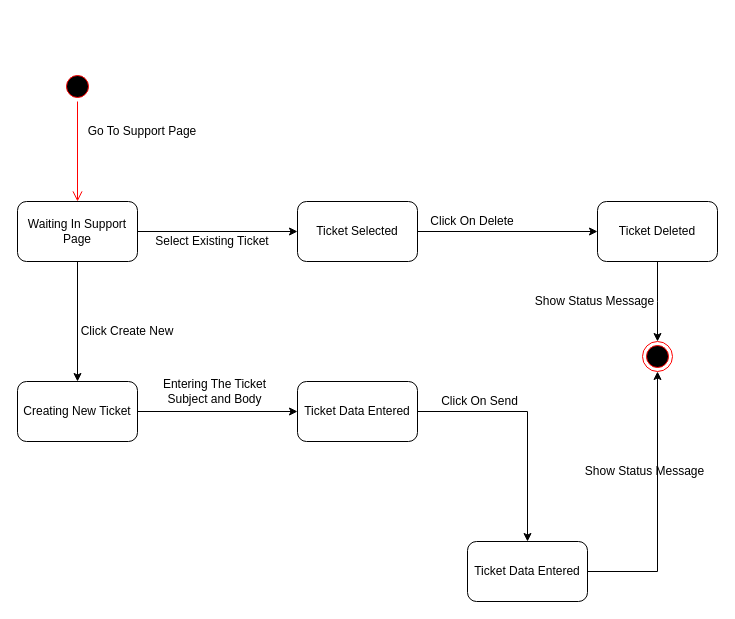
mmohajer9/sama-online-coaching-system keeps this draw.io diagram as Behavioral Modeling/Behavioural State Machine(State Diagram)/Athlete - Coach - Support State Diagram.drawio. Above is the earlier version. Source tidied: cells renumbered, new cells numbered last; positions are measured from the earlier drawing's top-left corner, leaving out a move shared by most shapes. Both pictures are drawn from the tidied source at 100%, with x=0, y=0 at pixel (17, 71).
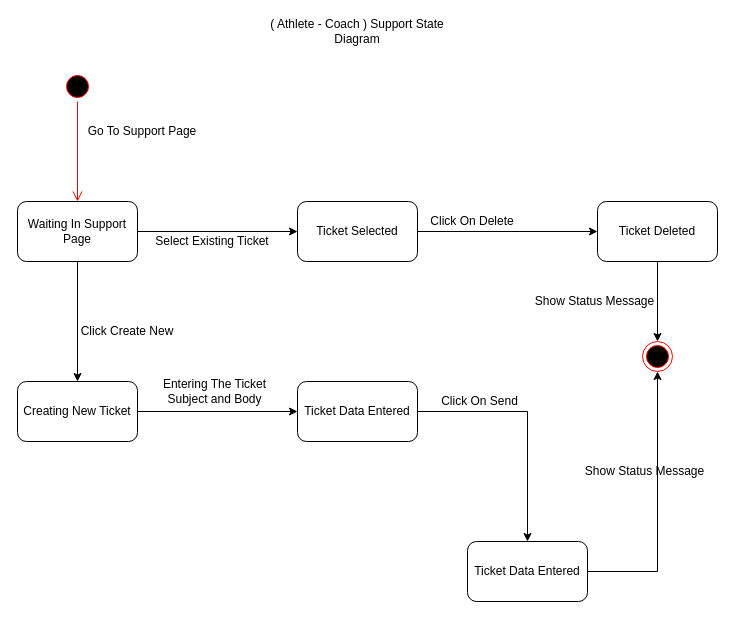
Above is the later version.

The edit, as a diff of the source:
```diff
@@
+    <mxCell id="26" value="( Athlete - Coach ) Support State Diagram" style="text;html=1;strokeColor=none;fillColor=none;align=center;verticalAlign=middle;whiteSpace=wrap;rounded=0;" parent="1" vertex="1">
+      <mxGeometry x="250" y="-50" width="180" height="20" as="geometry" />
+    </mxCell>
```
